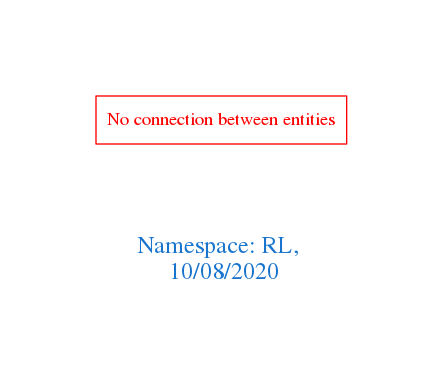
arago/OGIT keeps this Graphviz diagram as downloads/RL.png. Above is the earlier version. Its source is kept beside it as downloads/RL.dot.
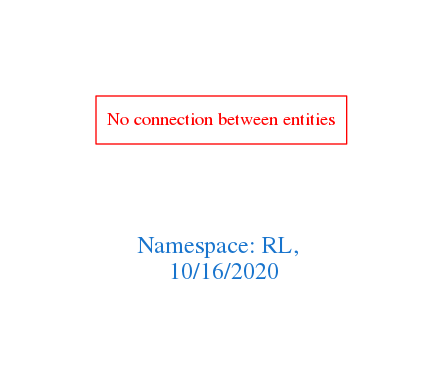
The same file after the commit.

Change to the diagram source:
```diff
@@ -1,7 +1,7 @@
 digraph OGIT_ontology {
  graph [ rankdir= LR,pad=1
 fontsize = 18,
-fontcolor= dodgerblue3,label = "\n\n\nNamespace: RL, \n 10/08/2020"];
+fontcolor= dodgerblue3,label = "\n\n\nNamespace: RL, \n 10/16/2020"];
 node[shape=polygon];
 edge [  color="gray81"];
 
```
